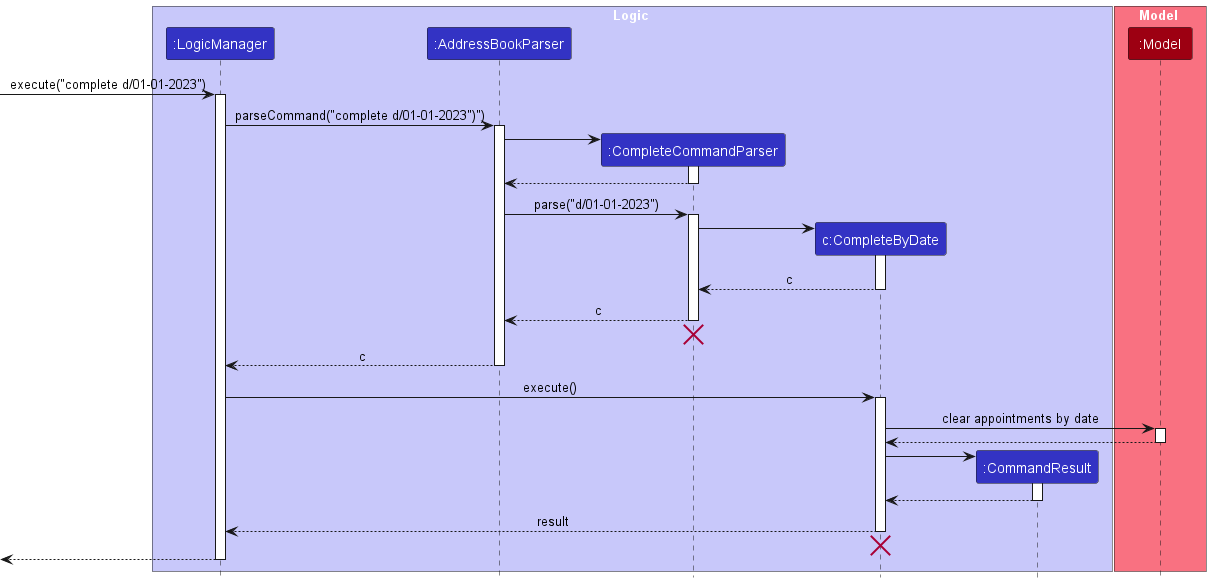
nus-cs2103-AY2324S1/tp keeps this PlantUML diagram as docs/images/CompleteSequenceDiagram.png. Above is the earlier version. The source it was exported from:
```plantuml
@startuml
!include style.puml
skinparam ArrowFontStyle plain

box Logic LOGIC_COLOR_T1
participant ":LogicManager" as LogicManager LOGIC_COLOR
participant ":AddressBookParser" as AddressBookParser LOGIC_COLOR
participant ":CompleteCommandParser" as CompleteCommandParser LOGIC_COLOR
participant "c:CompleteByDate" as CompleteByDate LOGIC_COLOR
participant ":CommandResult" as CommandResult LOGIC_COLOR
end box

box Model MODEL_COLOR_T1
participant ":Model" as Model MODEL_COLOR
end box

[-> LogicManager : execute("complete d/01-01-2023")
activate LogicManager

LogicManager -> AddressBookParser : parseCommand("complete d/01-01-2023")")
activate AddressBookParser

create CompleteCommandParser
AddressBookParser -> CompleteCommandParser
activate CompleteCommandParser

CompleteCommandParser --> AddressBookParser
deactivate CompleteCommandParser

AddressBookParser -> CompleteCommandParser : parse("d/01-01-2023")
activate CompleteCommandParser

create CompleteByDate
CompleteCommandParser -> CompleteByDate
activate CompleteByDate

CompleteByDate --> CompleteCommandParser : c
deactivate CompleteByDate

CompleteCommandParser --> AddressBookParser : c
deactivate CompleteCommandParser
CompleteCommandParser -[hidden]-> AddressBookParser
destroy CompleteCommandParser

AddressBookParser --> LogicManager : c
deactivate AddressBookParser

LogicManager -> CompleteByDate : execute()
activate CompleteByDate

CompleteByDate -> Model : clear appointments by date
activate Model

Model --> CompleteByDate
deactivate Model

create CommandResult
CompleteByDate -> CommandResult
activate CommandResult

CommandResult --> CompleteByDate
deactivate CommandResult

CompleteByDate --> LogicManager : result
deactivate CompleteByDate

CompleteByDate -[hidden]-> CompleteCommandParser
destroy CompleteByDate

[<--LogicManager
deactivate LogicManager
@enduml
```
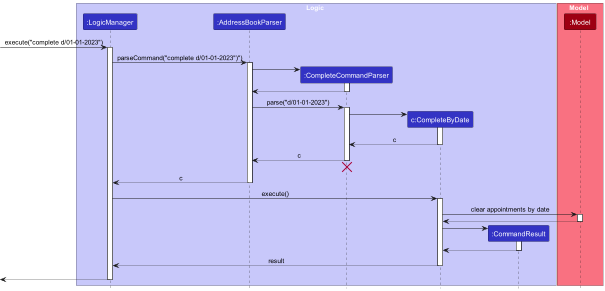
Later version of the same file.

Commit message:
Update Complete sequence diagram

What changed in the source:
```diff
@@ -65,7 +65,6 @@
 deactivate CompleteByDate
 
 CompleteByDate -[hidden]-> CompleteCommandParser
-destroy CompleteByDate
 
 [<--LogicManager
 deactivate LogicManager
```
